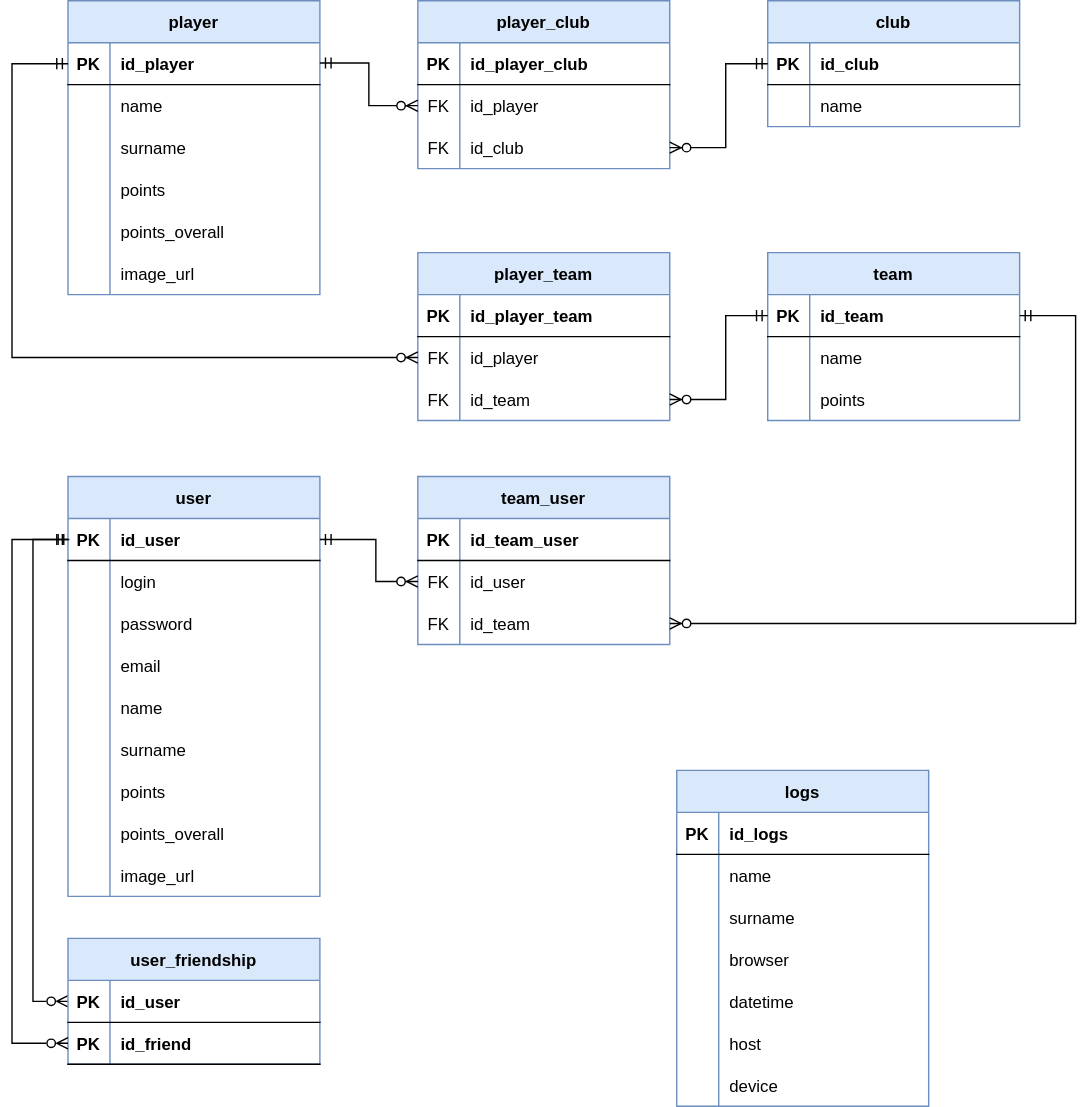
Earlier version of the draw.io export ERD.svg (Kazan33333/WdPAI). Source tidied: cells renumbered, new cells last; positions are measured from the earlier drawing's top-left corner, leaving out a move shared by most shapes.
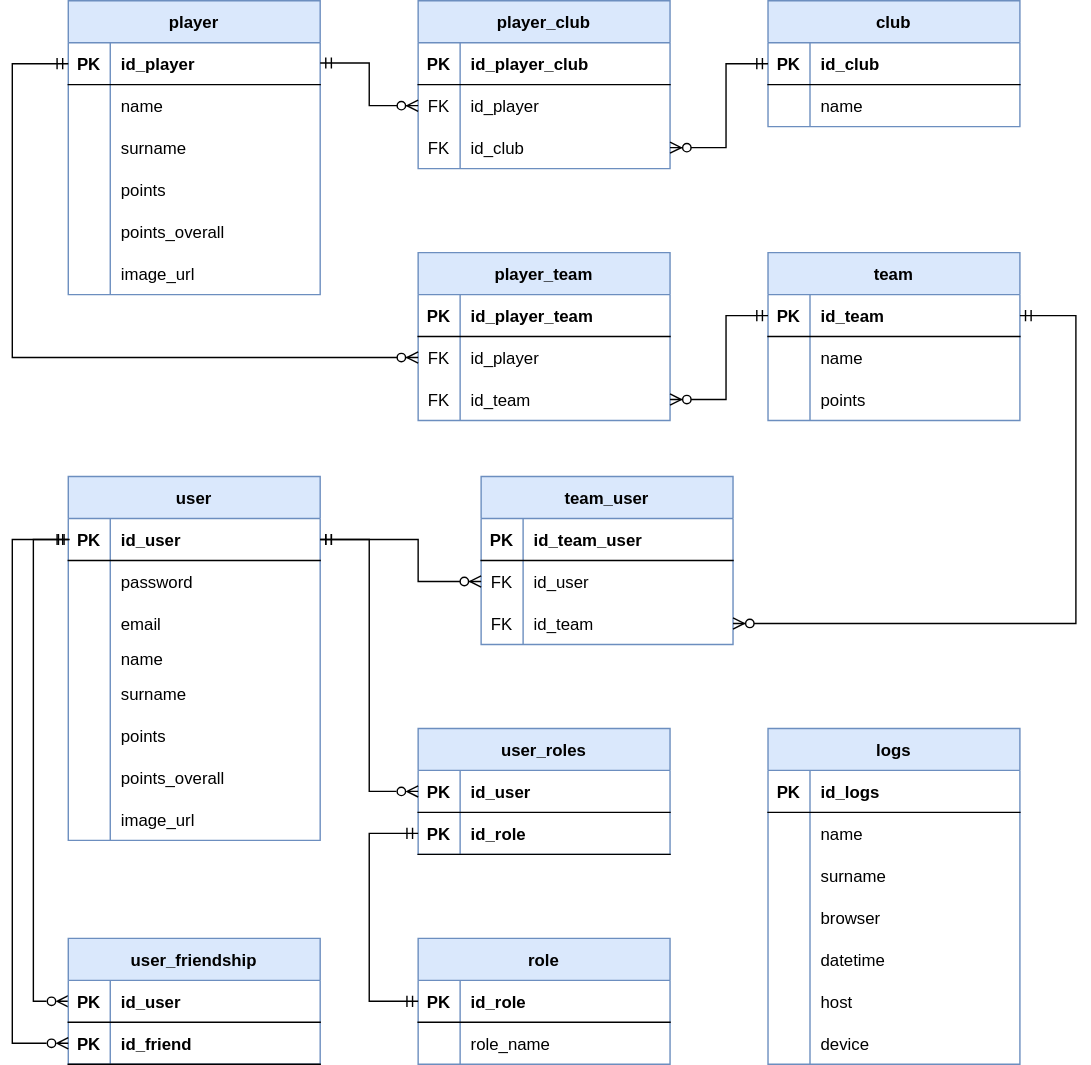
The same file after the commit.

Commit message:
ostateczny ERD

The edit, as a diff of the source:
```diff
@@ -81,7 +81,7 @@
       <mxGeometry x="30" width="150" height="30" as="geometry" />
     </mxCell>
     <mxCell id="28" value="user" style="shape=table;startSize=30;rowLines=0;fontStyle=1;align=center;fillColor=#dae8fc;strokeColor=#6c8ebf;" parent="1" vertex="1">
-      <mxGeometry x="40" y="340" width="180" height="300" as="geometry" />
+      <mxGeometry x="40" y="340" width="180" height="260" as="geometry" />
     </mxCell>
     <mxCell id="29" style="shape=partialRectangle;fillColor=none;top=0;left=0;bottom=1;right=0;points=[[0,0.5],[1,0.5]];portConstraint=eastwest;" parent="28" vertex="1">
       <mxGeometry y="30" width="180" height="30" as="geometry" />
@@ -92,17 +92,8 @@
     <mxCell id="31" value="id_user" style="shape=partialRectangle;fillColor=none;top=0;left=0;bottom=0;right=0;align=left;spacingLeft=6;fontStyle=1;overflow=hidden;" parent="29" vertex="1">
       <mxGeometry x="30" width="150" height="30" as="geometry" />
     </mxCell>
-    <mxCell id="32" style="shape=partialRectangle;fillColor=none;top=0;left=0;bottom=0;right=0;" parent="28" vertex="1">
-      <mxGeometry y="60" width="180" height="30" as="geometry" />
-    </mxCell>
-    <mxCell id="33" style="shape=partialRectangle;fillColor=none;top=0;left=0;bottom=0;right=0;overflow=hidden;" parent="32" vertex="1">
-      <mxGeometry width="30" height="30" as="geometry" />
-    </mxCell>
-    <mxCell id="34" value="login" style="shape=partialRectangle;fillColor=none;top=0;left=0;bottom=0;right=0;align=left;spacingLeft=6;overflow=hidden;" parent="32" vertex="1">
-      <mxGeometry x="30" width="150" height="30" as="geometry" />
-    </mxCell>
     <mxCell id="35" style="shape=partialRectangle;fillColor=none;top=0;left=0;bottom=0;right=0;" parent="28" vertex="1">
-      <mxGeometry y="90" width="180" height="30" as="geometry" />
+      <mxGeometry y="60" width="180" height="30" as="geometry" />
     </mxCell>
     <mxCell id="36" style="shape=partialRectangle;fillColor=none;top=0;left=0;bottom=0;right=0;overflow=hidden;" parent="35" vertex="1">
       <mxGeometry width="30" height="30" as="geometry" />
@@ -111,7 +102,7 @@
       <mxGeometry x="30" width="150" height="30" as="geometry" />
     </mxCell>
     <mxCell id="38" style="shape=partialRectangle;fillColor=none;top=0;left=0;bottom=0;right=0;" parent="28" vertex="1">
-      <mxGeometry y="120" width="180" height="30" as="geometry" />
+      <mxGeometry y="90" width="180" height="30" as="geometry" />
     </mxCell>
     <mxCell id="39" style="shape=partialRectangle;fillColor=none;top=0;left=0;bottom=0;right=0;overflow=hidden;" parent="38" vertex="1">
       <mxGeometry width="30" height="30" as="geometry" />
@@ -120,16 +111,16 @@
       <mxGeometry x="30" width="150" height="30" as="geometry" />
     </mxCell>
     <mxCell id="41" style="shape=partialRectangle;fillColor=none;top=0;left=0;bottom=0;right=0;" parent="28" vertex="1">
-      <mxGeometry y="150" width="180" height="30" as="geometry" />
+      <mxGeometry y="120" width="180" height="20" as="geometry" />
     </mxCell>
     <mxCell id="42" style="shape=partialRectangle;fillColor=none;top=0;left=0;bottom=0;right=0;overflow=hidden;" parent="41" vertex="1">
-      <mxGeometry width="30" height="30" as="geometry" />
+      <mxGeometry width="30" height="20" as="geometry" />
     </mxCell>
     <mxCell id="43" value="name" style="shape=partialRectangle;fillColor=none;top=0;left=0;bottom=0;right=0;align=left;spacingLeft=6;overflow=hidden;" parent="41" vertex="1">
-      <mxGeometry x="30" width="150" height="30" as="geometry" />
+      <mxGeometry x="30" width="150" height="20" as="geometry" />
     </mxCell>
     <mxCell id="44" style="shape=partialRectangle;fillColor=none;top=0;left=0;bottom=0;right=0;" parent="28" vertex="1">
-      <mxGeometry y="180" width="180" height="30" as="geometry" />
+      <mxGeometry y="140" width="180" height="30" as="geometry" />
     </mxCell>
     <mxCell id="45" style="shape=partialRectangle;fillColor=none;top=0;left=0;bottom=0;right=0;overflow=hidden;" parent="44" vertex="1">
       <mxGeometry width="30" height="30" as="geometry" />
@@ -138,7 +129,7 @@
       <mxGeometry x="30" width="150" height="30" as="geometry" />
     </mxCell>
     <mxCell id="47" style="shape=partialRectangle;fillColor=none;top=0;left=0;bottom=0;right=0;" parent="28" vertex="1">
-      <mxGeometry y="210" width="180" height="30" as="geometry" />
+      <mxGeometry y="170" width="180" height="30" as="geometry" />
     </mxCell>
     <mxCell id="48" style="shape=partialRectangle;fillColor=none;top=0;left=0;bottom=0;right=0;overflow=hidden;" parent="47" vertex="1">
       <mxGeometry width="30" height="30" as="geometry" />
@@ -147,7 +138,7 @@
       <mxGeometry x="30" width="150" height="30" as="geometry" />
     </mxCell>
     <mxCell id="50" style="shape=partialRectangle;fillColor=none;top=0;left=0;bottom=0;right=0;" parent="28" vertex="1">
-      <mxGeometry y="240" width="180" height="30" as="geometry" />
+      <mxGeometry y="200" width="180" height="30" as="geometry" />
     </mxCell>
     <mxCell id="51" style="shape=partialRectangle;fillColor=none;top=0;left=0;bottom=0;right=0;overflow=hidden;" parent="50" vertex="1">
       <mxGeometry width="30" height="30" as="geometry" />
@@ -156,7 +147,7 @@
       <mxGeometry x="30" width="150" height="30" as="geometry" />
     </mxCell>
     <mxCell id="53" style="shape=partialRectangle;fillColor=none;top=0;left=0;bottom=0;right=0;" parent="28" vertex="1">
-      <mxGeometry y="270" width="180" height="30" as="geometry" />
+      <mxGeometry y="230" width="180" height="30" as="geometry" />
     </mxCell>
     <mxCell id="54" style="shape=partialRectangle;fillColor=none;top=0;left=0;bottom=0;right=0;overflow=hidden;" parent="53" vertex="1">
       <mxGeometry width="30" height="30" as="geometry" />
@@ -243,7 +234,7 @@
       <mxGeometry x="30" width="150" height="30" as="geometry" />
     </mxCell>
     <mxCell id="78" value="team_user" style="shape=table;startSize=30;rowLines=0;fontStyle=1;align=center;fillColor=#dae8fc;strokeColor=#6c8ebf;" parent="1" vertex="1">
-      <mxGeometry x="290" y="340" width="180" height="120" as="geometry" />
+      <mxGeometry x="335" y="340" width="180" height="120" as="geometry" />
     </mxCell>
     <mxCell id="79" style="shape=partialRectangle;fillColor=none;top=0;left=0;bottom=1;right=0;" parent="78" vertex="1">
       <mxGeometry y="30" width="180" height="30" as="geometry" />
@@ -331,13 +322,13 @@
     <mxCell id="101" style="fontSize=12;html=1;endArrow=ERzeroToMany;startArrow=ERmandOne;rounded=0;entryX=0;entryY=0.5;entryDx=0;entryDy=0;exitX=1;exitY=0.5;exitDx=0;exitDy=0;" parent="1" edge="1" source="29" target="82">
       <mxGeometry relative="1" as="geometry">
         <Array as="points">
-          <mxPoint x="260" y="385" />
-          <mxPoint x="260" y="415" />
+          <mxPoint x="290" y="385" />
+          <mxPoint x="290" y="415" />
         </Array>
       </mxGeometry>
     </mxCell>
     <mxCell id="102" value="logs" style="shape=table;startSize=30;rowLines=0;fontStyle=1;align=center;fillColor=#dae8fc;strokeColor=#6c8ebf;" parent="1" vertex="1">
-      <mxGeometry x="475" y="550" width="180" height="240" as="geometry" />
+      <mxGeometry x="540" y="520" width="180" height="240" as="geometry" />
     </mxCell>
     <mxCell id="103" style="shape=partialRectangle;fillColor=none;top=0;left=0;bottom=1;right=0;" parent="102" vertex="1">
       <mxGeometry y="30" width="180" height="30" as="geometry" />
@@ -442,5 +433,63 @@
         </Array>
       </mxGeometry>
     </mxCell>
+    <mxCell id="133" value="user_roles" style="shape=table;startSize=30;rowLines=0;fontStyle=1;align=center;fillColor=#dae8fc;strokeColor=#6c8ebf;" parent="1" vertex="1">
+      <mxGeometry x="290" y="520" width="180" height="90" as="geometry" />
+    </mxCell>
+    <mxCell id="134" style="shape=partialRectangle;fillColor=none;top=0;left=0;bottom=1;right=0;points=[[0,0.5],[1,0.5]];portConstraint=eastwest;strokeWidth=0;" parent="133" vertex="1">
+      <mxGeometry y="30" width="180" height="30" as="geometry" />
+    </mxCell>
+    <mxCell id="135" value="PK" style="shape=partialRectangle;fillColor=none;top=0;left=0;bottom=0;right=0;fontStyle=1;overflow=hidden;" parent="134" vertex="1">
+      <mxGeometry width="30" height="30" as="geometry" />
+    </mxCell>
+    <mxCell id="136" value="id_user" style="shape=partialRectangle;fillColor=none;top=0;left=0;bottom=0;right=0;align=left;spacingLeft=6;fontStyle=1;overflow=hidden;strokeWidth=1;" parent="134" vertex="1">
+      <mxGeometry x="30" width="150" height="30" as="geometry" />
+    </mxCell>
+    <mxCell id="137" style="shape=partialRectangle;fillColor=none;top=0;left=0;bottom=1;right=0;points=[[0,0.5],[1,0.5]];portConstraint=eastwest;strokeWidth=0;" parent="133" vertex="1">
+      <mxGeometry y="60" width="180" height="30" as="geometry" />
+    </mxCell>
+    <mxCell id="138" value="PK" style="shape=partialRectangle;fillColor=none;top=0;left=0;bottom=0;right=0;fontStyle=1;overflow=hidden;" parent="137" vertex="1">
+      <mxGeometry width="30" height="30" as="geometry" />
+    </mxCell>
+    <mxCell id="139" value="id_role" style="shape=partialRectangle;fillColor=none;top=0;left=0;bottom=0;right=0;align=left;spacingLeft=6;fontStyle=1;overflow=hidden;strokeWidth=1;" parent="137" vertex="1">
+      <mxGeometry x="30" width="150" height="30" as="geometry" />
+    </mxCell>
+    <mxCell id="140" value="role" style="shape=table;startSize=30;rowLines=0;fontStyle=1;align=center;fillColor=#dae8fc;strokeColor=#6c8ebf;" parent="1" vertex="1">
+      <mxGeometry x="290" y="670" width="180" height="90" as="geometry" />
+    </mxCell>
+    <mxCell id="141" style="shape=partialRectangle;fillColor=none;top=0;left=0;bottom=1;right=0;points=[[0,0.5],[1,0.5]];portConstraint=eastwest;" parent="140" vertex="1">
+      <mxGeometry y="30" width="180" height="30" as="geometry" />
+    </mxCell>
+    <mxCell id="142" value="PK" style="shape=partialRectangle;fillColor=none;top=0;left=0;bottom=0;right=0;fontStyle=1;overflow=hidden;" parent="141" vertex="1">
+      <mxGeometry width="30" height="30" as="geometry" />
+    </mxCell>
+    <mxCell id="143" value="id_role" style="shape=partialRectangle;fillColor=none;top=0;left=0;bottom=0;right=0;align=left;spacingLeft=6;fontStyle=1;overflow=hidden;" parent="141" vertex="1">
+      <mxGeometry x="30" width="150" height="30" as="geometry" />
+    </mxCell>
+    <mxCell id="32" style="shape=partialRectangle;fillColor=none;top=0;left=0;bottom=0;right=0;" parent="140" vertex="1">
+      <mxGeometry y="60" width="180" height="30" as="geometry" />
+    </mxCell>
+    <mxCell id="33" style="shape=partialRectangle;fillColor=none;top=0;left=0;bottom=0;right=0;overflow=hidden;" parent="32" vertex="1">
+      <mxGeometry width="30" height="30" as="geometry" />
+    </mxCell>
+    <mxCell id="144" value="role_name" style="shape=partialRectangle;fillColor=none;top=0;left=0;bottom=0;right=0;align=left;spacingLeft=6;overflow=hidden;" parent="32" vertex="1">
+      <mxGeometry x="30" width="150" height="30" as="geometry" />
+    </mxCell>
+    <mxCell id="145" style="edgeStyle=orthogonalEdgeStyle;fontSize=12;html=1;endArrow=ERmandOne;startArrow=ERzeroToMany;strokeColor=default;rounded=0;exitX=0;exitY=0.5;exitDx=0;exitDy=0;startFill=0;entryX=1;entryY=0.5;entryDx=0;entryDy=0;" parent="1" edge="1" source="134" target="29">
+      <mxGeometry relative="1" as="geometry">
+        <Array as="points">
+          <mxPoint x="255" y="565" />
+          <mxPoint x="255" y="385" />
+        </Array>
+      </mxGeometry>
+    </mxCell>
+    <mxCell id="146" style="edgeStyle=orthogonalEdgeStyle;fontSize=12;html=1;endArrow=ERmandOne;startArrow=ERmandOne;strokeColor=default;rounded=0;startFill=0;entryX=0;entryY=0.5;entryDx=0;entryDy=0;exitX=0;exitY=0.5;exitDx=0;exitDy=0;" parent="1" edge="1" source="141" target="137">
+      <mxGeometry relative="1" as="geometry">
+        <Array as="points">
+          <mxPoint x="255" y="715" />
+          <mxPoint x="255" y="595" />
+        </Array>
+      </mxGeometry>
+    </mxCell>
   </root>
 </mxGraphModel>
```
